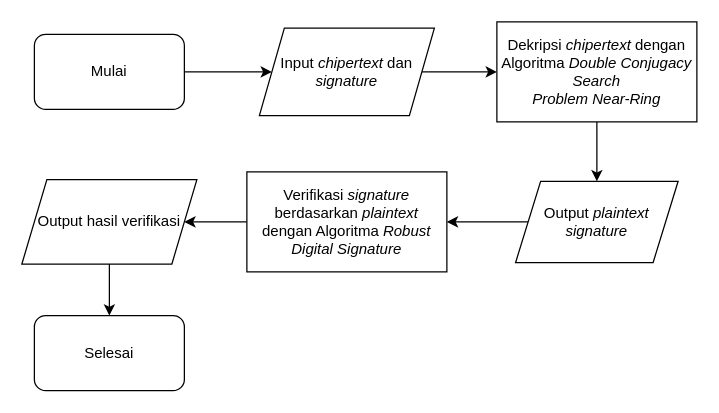
This is page "f-decrypt-verify" (7 of 10) of sign-then-encrypt_scheme.drawio from eraldss1/diagram-signcryption, a draw.io file, before an edit. Source tidied: cells renumbered, new cells numbered last; positions are measured from the earlier drawing's top-left corner, leaving out a move shared by most shapes. Both pictures are drawn from the tidied source at 125%, with x=0, y=0 at pixel (21, 21).
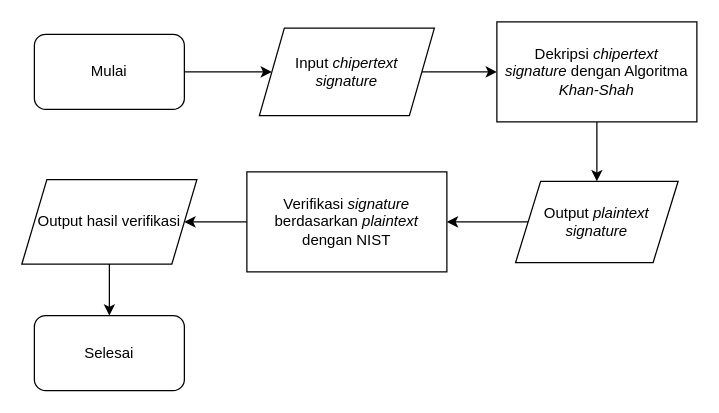
After the change.

What changed in the source:
```diff
@@
 <mxGraphModel>
   <root>
     <mxCell id="0" />
     <mxCell id="1" parent="0" />
     <mxCell id="2" value="Selesai" style="rounded=1;whiteSpace=wrap;html=1;fontFamily=Helvetica;fontSize=12;" parent="1" vertex="1">
       <mxGeometry x="10" y="235" width="120" height="60" as="geometry" />
     </mxCell>
     <mxCell id="3" style="edgeStyle=orthogonalEdgeStyle;rounded=0;jettySize=auto;html=1;entryX=0;entryY=0.5;entryDx=0;entryDy=0;fontFamily=Helvetica;fontSize=12;" parent="1" edge="1" source="4" target="8">
       <mxGeometry relative="1" as="geometry" />
     </mxCell>
     <mxCell id="4" value="Mulai" style="rounded=1;whiteSpace=wrap;html=1;fontFamily=Helvetica;fontSize=12;" parent="1" vertex="1">
       <mxGeometry x="10" y="10" width="120" height="60" as="geometry" />
     </mxCell>
     <mxCell id="5" style="edgeStyle=orthogonalEdgeStyle;rounded=0;jettySize=auto;html=1;fontFamily=Helvetica;fontSize=12;" parent="1" edge="1" source="6" target="12">
       <mxGeometry relative="1" as="geometry" />
     </mxCell>
     <mxCell id="6" value="Output &lt;i&gt;plaintext signature&lt;/i&gt;" style="shape=parallelogram;perimeter=parallelogramPerimeter;whiteSpace=wrap;html=1;fixedSize=1;fontFamily=Helvetica;fontSize=12;" parent="1" vertex="1">
       <mxGeometry x="395" y="127.5" width="130" height="65" as="geometry" />
     </mxCell>
     <mxCell id="7" style="edgeStyle=orthogonalEdgeStyle;rounded=0;jettySize=auto;html=1;fontFamily=Helvetica;fontSize=12;" parent="1" edge="1" source="8" target="10">
       <mxGeometry relative="1" as="geometry" />
     </mxCell>
-    <mxCell id="8" value="Input &lt;i&gt;chipertext &lt;/i&gt;dan &lt;i&gt;signature&lt;/i&gt;" style="shape=parallelogram;perimeter=parallelogramPerimeter;whiteSpace=wrap;html=1;fixedSize=1;fontFamily=Helvetica;fontSize=12;" parent="1" vertex="1">
+    <mxCell id="8" value="Input &lt;i&gt;chipertext &lt;/i&gt;&lt;br&gt;&lt;i&gt;signature&lt;/i&gt;" style="shape=parallelogram;perimeter=parallelogramPerimeter;whiteSpace=wrap;html=1;fixedSize=1;fontFamily=Helvetica;fontSize=12;" parent="1" vertex="1">
       <mxGeometry x="190" y="5" width="140" height="70" as="geometry" />
     </mxCell>
     <mxCell id="9" style="edgeStyle=orthogonalEdgeStyle;rounded=0;jettySize=auto;html=1;entryX=0.5;entryY=0;entryDx=0;entryDy=0;fontFamily=Helvetica;fontSize=12;" parent="1" edge="1" source="10" target="6">
       <mxGeometry relative="1" as="geometry" />
     </mxCell>
-    <mxCell id="10" value="Dekripsi &lt;i&gt;chipertext &lt;/i&gt;dengan Algoritma&amp;nbsp;&lt;i&gt;Double Conjugacy Search&lt;/i&gt;&lt;br&gt;&lt;i&gt;Problem Near-Ring&lt;/i&gt;" style="rounded=0;whiteSpace=wrap;html=1;fontFamily=Helvetica;fontSize=12;" parent="1" vertex="1">
+    <mxCell id="10" value="Dekripsi &lt;i&gt;chipertext signature&amp;nbsp;&lt;/i&gt;dengan Algoritma &lt;i&gt;Khan-Shah&lt;/i&gt;" style="rounded=0;whiteSpace=wrap;html=1;fontFamily=Helvetica;fontSize=12;" parent="1" vertex="1">
       <mxGeometry x="380" width="160" height="80" as="geometry" />
     </mxCell>
     <mxCell id="11" style="edgeStyle=orthogonalEdgeStyle;rounded=0;jettySize=auto;html=1;fontFamily=Helvetica;fontSize=12;" parent="1" edge="1" source="12" target="14">
       <mxGeometry relative="1" as="geometry" />
     </mxCell>
-    <mxCell id="12" value="Verifikasi &lt;i&gt;signature &lt;/i&gt;berdasarkan &lt;i&gt;plaintext &lt;/i&gt;dengan Algoritma &lt;i&gt;Robust Digital Signature&lt;/i&gt;" style="rounded=0;whiteSpace=wrap;html=1;fontFamily=Helvetica;fontSize=12;" parent="1" vertex="1">
+    <mxCell id="12" value="Verifikasi &lt;i&gt;signature &lt;/i&gt;berdasarkan &lt;i&gt;plaintext &lt;/i&gt;dengan NIST" style="rounded=0;whiteSpace=wrap;html=1;fontFamily=Helvetica;fontSize=12;" parent="1" vertex="1">
       <mxGeometry x="180" y="120" width="160" height="80" as="geometry" />
     </mxCell>
     <mxCell id="13" style="edgeStyle=orthogonalEdgeStyle;rounded=0;jettySize=auto;html=1;entryX=0.5;entryY=0;entryDx=0;entryDy=0;fontFamily=Helvetica;fontSize=12;" parent="1" edge="1" source="14" target="2">
       <mxGeometry relative="1" as="geometry" />
     </mxCell>
     <mxCell id="14" value="Output hasil verifikasi" style="shape=parallelogram;perimeter=parallelogramPerimeter;whiteSpace=wrap;html=1;fixedSize=1;fontFamily=Helvetica;fontSize=12;" parent="1" vertex="1">
       <mxGeometry y="126.2" width="140" height="67.5" as="geometry" />
     </mxCell>
   </root>
 </mxGraphModel>
```
